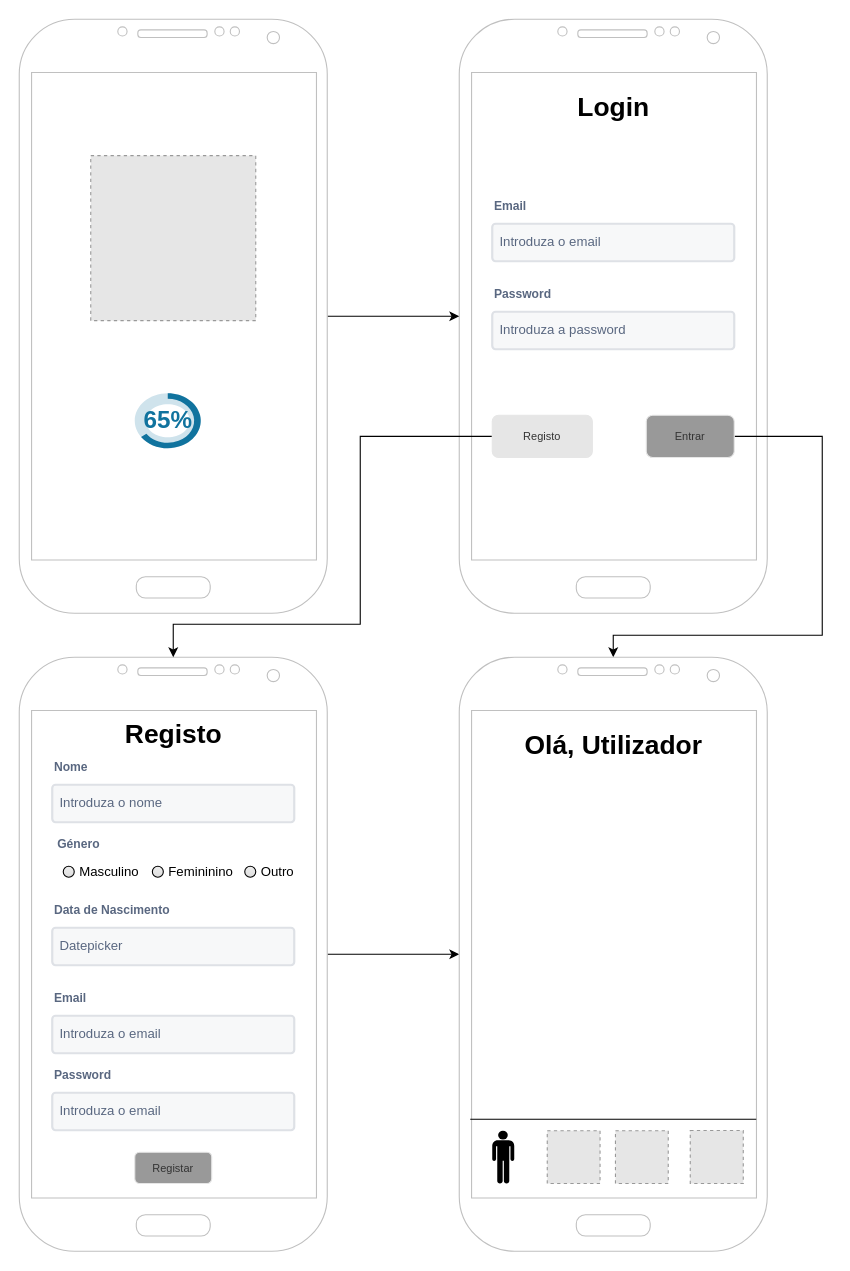
Above: docs/mockups/Mockups.drawio in rodrigosantos003/healably (draw.io), before the change. Source tidied: cells renumbered, new cells numbered last; positions are measured from the earlier drawing's top-left corner, leaving out a move shared by most shapes. Both pictures are drawn from the tidied source at 110%, with x=0, y=0 at pixel (19, 19). Pictures stored in the file or linked from it are replaced by grey dashed boxes.
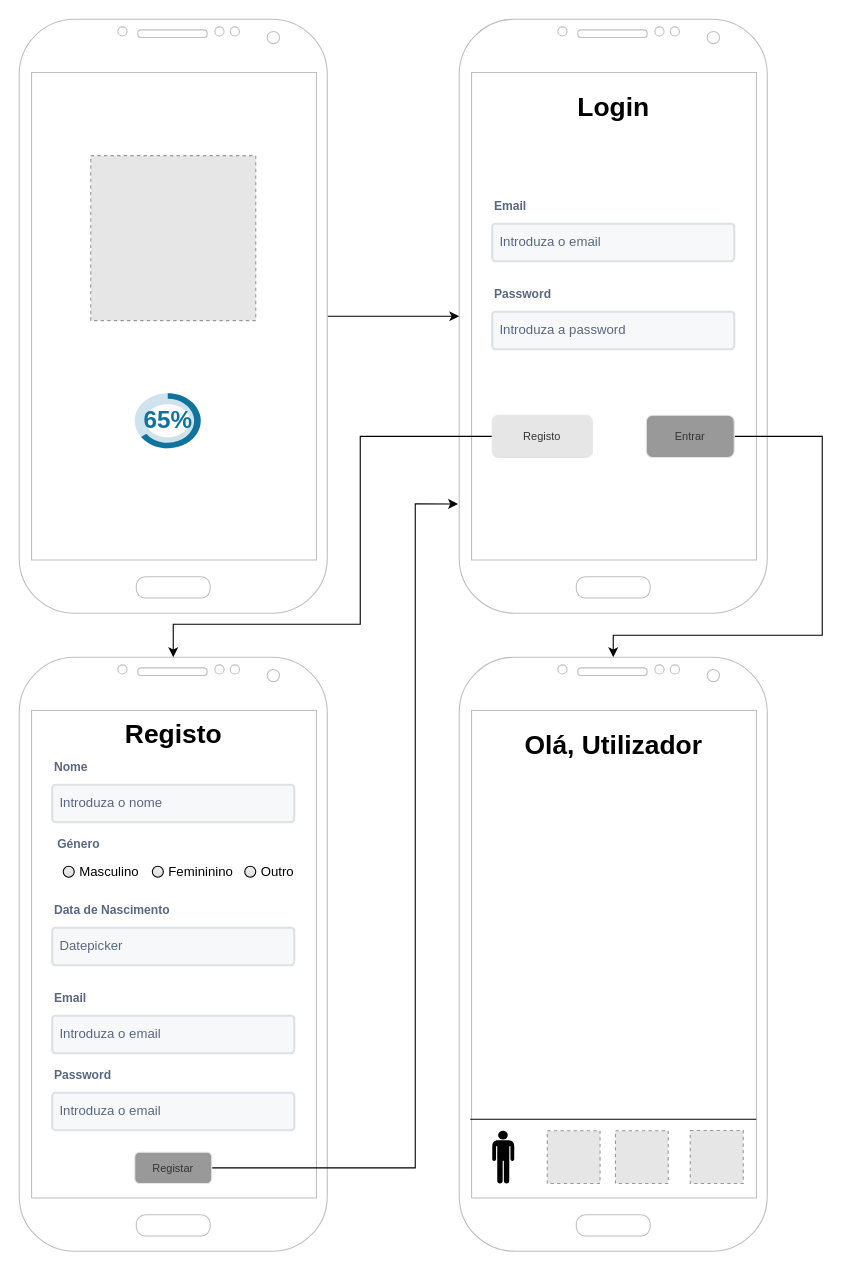
The same page after the edit.

The change refers to these unchanged cells:
```xml
<mxCell id="5" style="verticalLabelPosition=bottom;verticalAlign=top;html=1;shadow=0;dashed=0;strokeWidth=1;shape=mxgraph.android.phone2;strokeColor=#c0c0c0;" parent="1" vertex="1">
  <mxGeometry y="580" width="280" height="540" as="geometry" />
</mxCell>
<mxCell id="10" value="Registar" style="rounded=1;html=1;shadow=0;dashed=0;whiteSpace=wrap;fontSize=10;fillColor=#999999;align=center;strokeColor=#E6E6E6;fontColor=#333333;" parent="1" vertex="1">
  <mxGeometry x="105" y="1030" width="70" height="28.4" as="geometry" />
</mxCell>
<mxCell id="20" style="verticalLabelPosition=bottom;verticalAlign=top;html=1;shadow=0;dashed=0;strokeWidth=1;shape=mxgraph.android.phone2;strokeColor=#c0c0c0;" parent="1" vertex="1">
  <mxGeometry x="400" width="280" height="540" as="geometry" />
</mxCell>
<mxCell id="34" style="verticalLabelPosition=bottom;verticalAlign=top;html=1;shadow=0;dashed=0;strokeWidth=1;shape=mxgraph.android.phone2;strokeColor=#c0c0c0;" parent="1" vertex="1">
  <mxGeometry x="400" y="580" width="280" height="540" as="geometry" />
</mxCell>
```

What changed in the source:
```diff
@@
-    <mxCell id="4" style="edgeStyle=orthogonalEdgeStyle;rounded=0;jettySize=auto;html=1;entryX=0;entryY=0.5;entryDx=0;entryDy=0;entryPerimeter=0;" parent="1" edge="1" source="5" target="34">
-      <mxGeometry relative="1" as="geometry" />
-    </mxCell>
@@
+    <mxCell id="46" style="edgeStyle=orthogonalEdgeStyle;rounded=0;jettySize=auto;html=1;entryX=-0.004;entryY=0.816;entryDx=0;entryDy=0;entryPerimeter=0;" parent="1" edge="1" source="10" target="20">
+      <mxGeometry relative="1" as="geometry">
+        <Array as="points">
+          <mxPoint x="360" y="1044" />
+          <mxPoint x="360" y="441" />
+        </Array>
+      </mxGeometry>
+    </mxCell>
```
